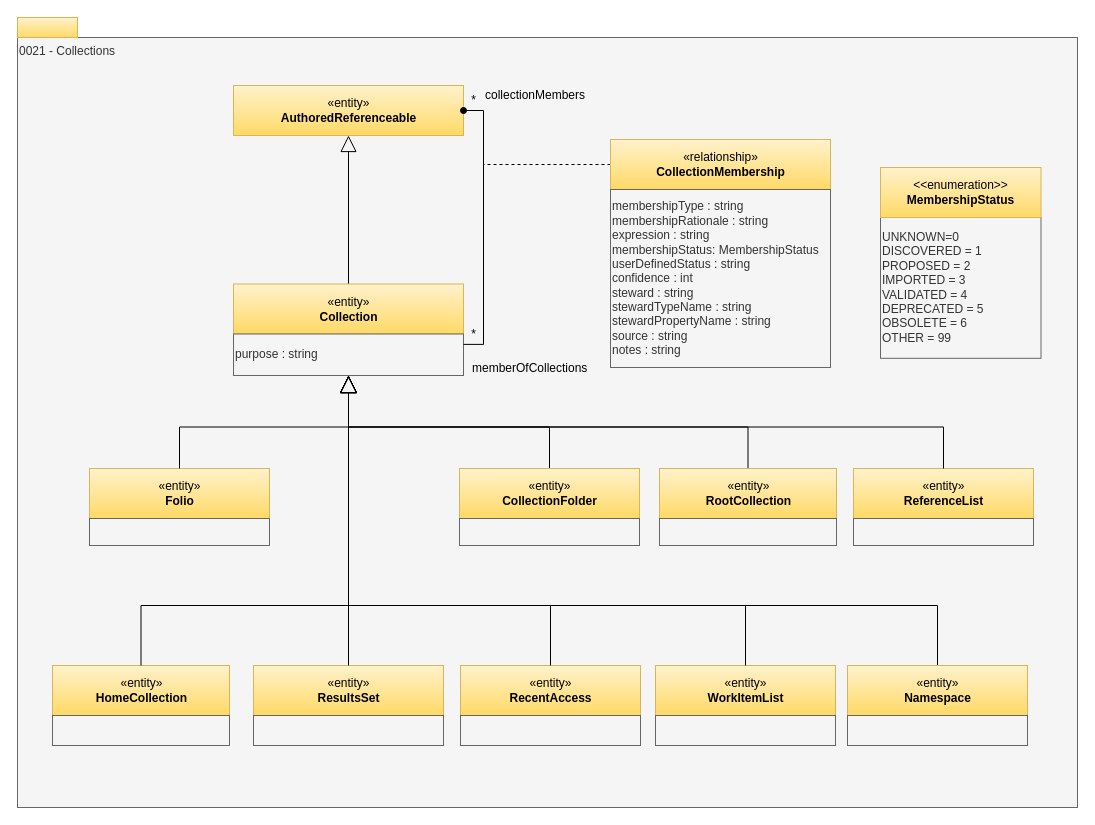
This is page "0021-Collections" (16 of 33) of site/docs/types/0/area-0-basic-types-and-infrastructure.drawio from odpi/egeria-docs, a draw.io file, before an edit. Source tidied: cells renumbered, new cells numbered last; positions are measured from the earlier drawing's top-left corner, leaving out a move shared by most shapes. Both pictures are drawn from the tidied source at 100%, with x=0, y=0 at pixel (17, 17).
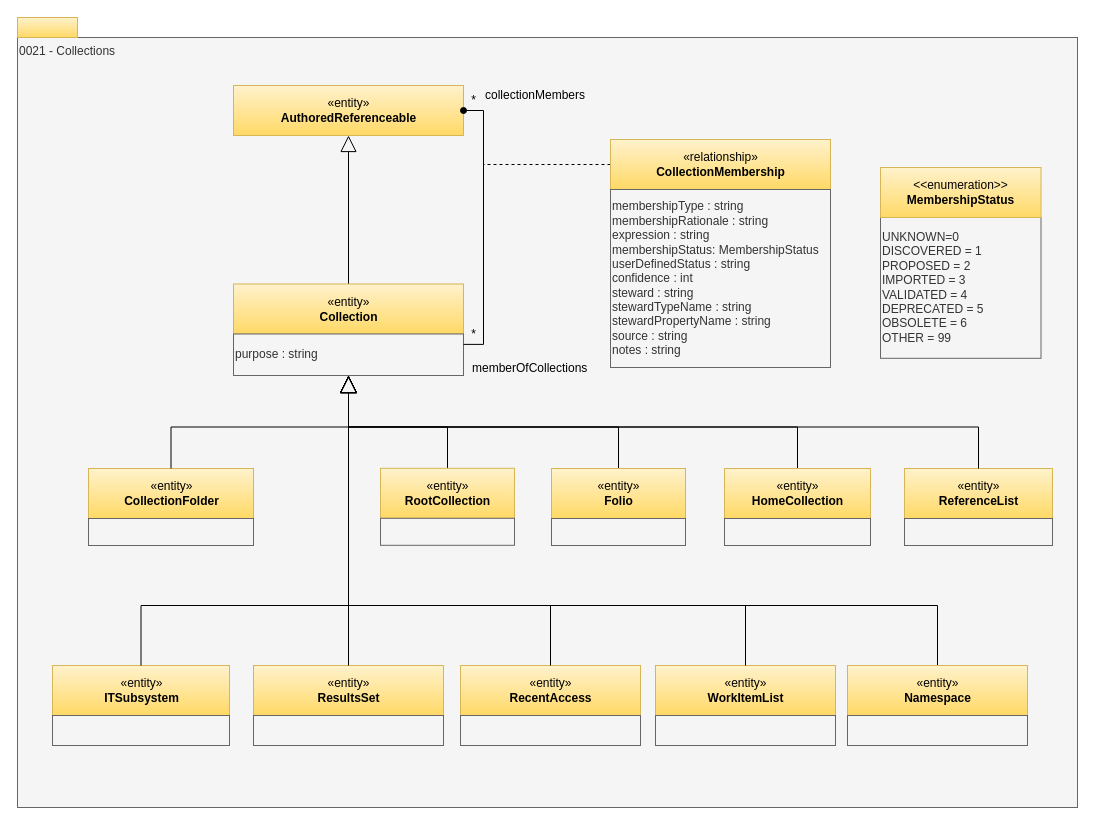
Above is the later version.

The change refers to these unchanged cells:
```xml
<mxCell id="8" value="purpose : string" style="rounded=0;whiteSpace=wrap;html=1;align=left;fillColor=#f5f5f5;fontColor=#333333;strokeColor=#666666;" parent="1" vertex="1">
  <mxGeometry x="216" y="316.5" width="230" height="41.5" as="geometry" />
</mxCell>
```

What changed in the source:
```diff
@@
-    <mxCell id="6" style="edgeStyle=orthogonalEdgeStyle;rounded=0;html=1;exitX=0.5;exitY=0;endArrow=block;endFill=0;jettySize=auto;strokeWidth=1;endSize=15;entryX=0.5;entryY=1;entryDx=0;entryDy=0;exitDx=0;exitDy=0;" parent="1" edge="1" source="19" target="8">
-      <mxGeometry relative="1" as="geometry" />
-    </mxCell>
@@
-    <mxCell id="9" value="«entity»&lt;br&gt;&lt;b&gt;RootCollection&lt;/b&gt;" style="html=1;strokeColor=#d6b656;align=center;fillColor=#fff2cc;gradientColor=#ffd966;" parent="1" vertex="1">
-      <mxGeometry x="642" y="451" width="177" height="50" as="geometry" />
+    <mxCell id="9" value="«entity»&lt;br&gt;&lt;b&gt;HomeCollection&lt;/b&gt;" style="html=1;strokeColor=#d6b656;align=center;fillColor=#fff2cc;gradientColor=#ffd966;" parent="1" vertex="1">
+      <mxGeometry x="707" y="451" width="146" height="50" as="geometry" />
     </mxCell>
     <mxCell id="10" style="rounded=0;whiteSpace=wrap;html=1;align=left;fillColor=#f5f5f5;fontColor=#333333;strokeColor=#666666;" parent="1" vertex="1">
-      <mxGeometry x="642" y="501" width="177" height="27" as="geometry" />
+      <mxGeometry x="707" y="501" width="146" height="27" as="geometry" />
     </mxCell>
@@
-    <mxCell id="19" value="«entity»&lt;br&gt;&lt;b&gt;CollectionFolder&lt;/b&gt;" style="html=1;strokeColor=#d6b656;align=center;fillColor=#fff2cc;gradientColor=#ffd966;" parent="1" vertex="1">
-      <mxGeometry x="442" y="451" width="180" height="50" as="geometry" />
-    </mxCell>
-    <mxCell id="20" style="rounded=0;whiteSpace=wrap;html=1;align=left;fillColor=#f5f5f5;fontColor=#333333;strokeColor=#666666;" parent="1" vertex="1">
-      <mxGeometry x="442" y="501" width="180" height="27" as="geometry" />
-    </mxCell>
@@
-    <mxCell id="26" value="«entity»&lt;br&gt;&lt;b&gt;HomeCollection&lt;/b&gt;" style="html=1;strokeColor=#d6b656;align=center;fillColor=#fff2cc;gradientColor=#ffd966;" parent="1" vertex="1">
+    <mxCell id="26" value="«entity»&lt;br&gt;&lt;b&gt;ITSubsystem&lt;/b&gt;" style="html=1;strokeColor=#d6b656;align=center;fillColor=#fff2cc;gradientColor=#ffd966;" parent="1" vertex="1">
       <mxGeometry x="35" y="648" width="177" height="50" as="geometry" />
     </mxCell>
@@
     <mxCell id="35" value="«entity»&lt;br&gt;&lt;b&gt;ReferenceList&lt;/b&gt;" style="html=1;strokeColor=#d6b656;align=center;fillColor=#fff2cc;gradientColor=#ffd966;" parent="1" vertex="1">
-      <mxGeometry x="836" y="451" width="180" height="50" as="geometry" />
+      <mxGeometry x="887" y="451" width="148" height="50" as="geometry" />
     </mxCell>
     <mxCell id="36" style="rounded=0;whiteSpace=wrap;html=1;align=left;fillColor=#f5f5f5;fontColor=#333333;strokeColor=#666666;" parent="1" vertex="1">
-      <mxGeometry x="836" y="501" width="180" height="27" as="geometry" />
+      <mxGeometry x="887" y="501" width="148" height="27" as="geometry" />
     </mxCell>
@@
-    <mxCell id="42" value="«entity»&lt;br&gt;&lt;b&gt;Folio&lt;/b&gt;" style="html=1;strokeColor=#d6b656;align=center;fillColor=#fff2cc;gradientColor=#ffd966;" parent="1" vertex="1">
-      <mxGeometry x="72" y="451" width="180" height="50" as="geometry" />
+    <mxCell id="42" value="«entity»&lt;br&gt;&lt;b&gt;CollectionFolder&lt;/b&gt;" style="html=1;strokeColor=#d6b656;align=center;fillColor=#fff2cc;gradientColor=#ffd966;" parent="1" vertex="1">
+      <mxGeometry x="71" y="451" width="165" height="50" as="geometry" />
     </mxCell>
     <mxCell id="43" style="rounded=0;whiteSpace=wrap;html=1;align=left;fillColor=#f5f5f5;fontColor=#333333;strokeColor=#666666;" parent="1" vertex="1">
-      <mxGeometry x="72" y="501" width="180" height="27" as="geometry" />
+      <mxGeometry x="71" y="501" width="165" height="27" as="geometry" />
     </mxCell>
@@
+    <mxCell id="45" style="edgeStyle=orthogonalEdgeStyle;rounded=0;html=1;exitX=0.5;exitY=0;endArrow=block;endFill=0;jettySize=auto;strokeWidth=1;endSize=15;entryX=0.5;entryY=1;entryDx=0;entryDy=0;exitDx=0;exitDy=0;" parent="1" edge="1" source="46" target="8">
+      <mxGeometry relative="1" as="geometry" />
+    </mxCell>
+    <mxCell id="46" value="«entity»&lt;br&gt;&lt;b&gt;Folio&lt;/b&gt;" style="html=1;strokeColor=#d6b656;align=center;fillColor=#fff2cc;gradientColor=#ffd966;" parent="1" vertex="1">
+      <mxGeometry x="534" y="451" width="134" height="50" as="geometry" />
+    </mxCell>
+    <mxCell id="47" style="rounded=0;whiteSpace=wrap;html=1;align=left;fillColor=#f5f5f5;fontColor=#333333;strokeColor=#666666;" parent="1" vertex="1">
+      <mxGeometry x="534" y="501" width="134" height="27" as="geometry" />
+    </mxCell>
+    <mxCell id="48" style="edgeStyle=orthogonalEdgeStyle;rounded=0;html=1;exitX=0.5;exitY=0;endArrow=block;endFill=0;jettySize=auto;strokeWidth=1;endSize=15;entryX=0.5;entryY=1;entryDx=0;entryDy=0;exitDx=0;exitDy=0;" parent="1" edge="1" source="49" target="8">
+      <mxGeometry relative="1" as="geometry" />
+    </mxCell>
+    <mxCell id="49" value="«entity»&lt;br&gt;&lt;b&gt;RootCollection&lt;/b&gt;" style="html=1;strokeColor=#d6b656;align=center;fillColor=#fff2cc;gradientColor=#ffd966;" parent="1" vertex="1">
+      <mxGeometry x="363" y="450.8" width="134" height="50" as="geometry" />
+    </mxCell>
+    <mxCell id="50" style="rounded=0;whiteSpace=wrap;html=1;align=left;fillColor=#f5f5f5;fontColor=#333333;strokeColor=#666666;" parent="1" vertex="1">
+      <mxGeometry x="363" y="500.8" width="134" height="27" as="geometry" />
+    </mxCell>
```
